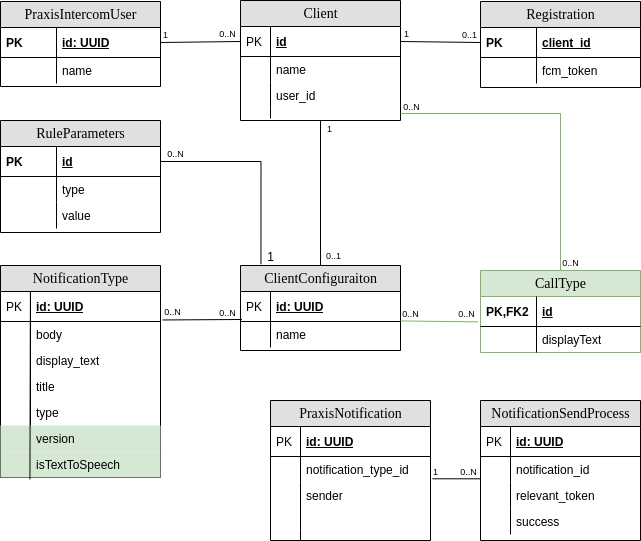
This is src/graphics/diagramms/erd_v02.png from jsvilling/IP6_Bachelorarbeit_Bericht_Cloudbasiertes_Praxisrufsystem, a draw.io export, as it was before one commit. Source tidied: cells renumbered, new cells last; positions are measured from the earlier drawing's top-left corner, leaving out a move shared by most shapes.
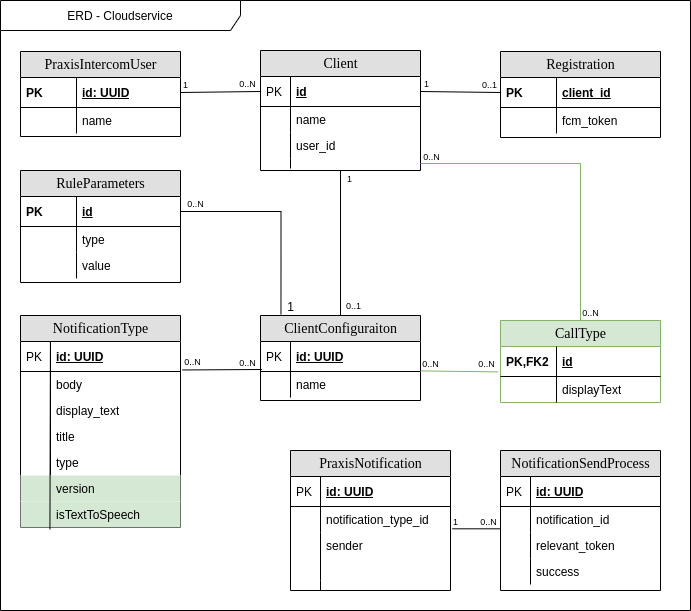
Above is the later version.

What changed in the source:
```diff
@@ -282,5 +282,8 @@
     <mxCell id="93" value="0..1" style="text;html=1;align=center;verticalAlign=middle;strokeColor=none;fillColor=none;fontSize=9;" parent="1" vertex="1">
       <mxGeometry x="318" y="245" width="30" height="20" as="geometry" />
     </mxCell>
+    <mxCell id="94" value="ERD - Cloudservice" style="shape=umlFrame;whiteSpace=wrap;html=1;width=240;height=30;" parent="1" vertex="1">
+      <mxGeometry x="-20" y="-50" width="690" height="610" as="geometry" />
+    </mxCell>
   </root>
 </mxGraphModel>
```
